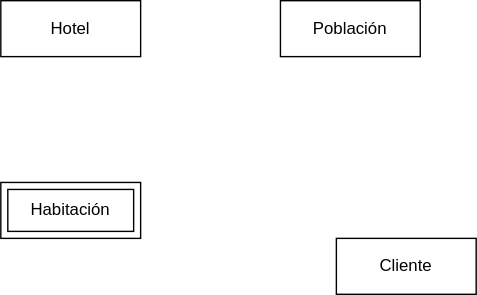
BCR22-Team4-ProyectoFinal/Database_diagrama keeps this draw.io diagram as Hotelio1.0.svg. Above is the earlier version. Source tidied: cells renumbered, new cells last; positions are measured from the earlier drawing's top-left corner, leaving out a move shared by most shapes.
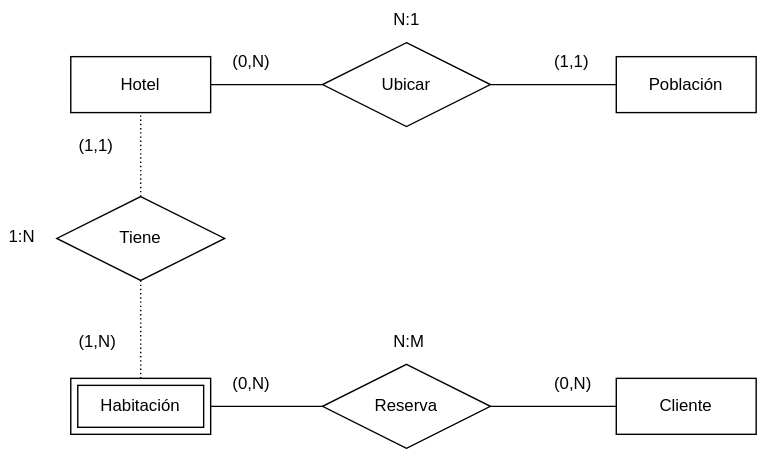
The same file after the commit.

Diff of the diagram source:
```diff
@@ -3,16 +3,72 @@
     <mxCell id="0" />
     <mxCell id="1" parent="0" />
     <mxCell id="2" value="Hotel" style="whiteSpace=wrap;html=1;align=center;" parent="1" vertex="1">
-      <mxGeometry width="100" height="40" as="geometry" />
+      <mxGeometry y="-30" width="100" height="40" as="geometry" />
     </mxCell>
     <mxCell id="3" value="Población" style="whiteSpace=wrap;html=1;align=center;" parent="1" vertex="1">
-      <mxGeometry x="200" width="100" height="40" as="geometry" />
+      <mxGeometry x="390" y="-30" width="100" height="40" as="geometry" />
     </mxCell>
     <mxCell id="4" value="Habitación" style="shape=ext;margin=3;double=1;whiteSpace=wrap;html=1;align=center;" parent="1" vertex="1">
-      <mxGeometry y="130" width="100" height="40" as="geometry" />
+      <mxGeometry y="200" width="100" height="40" as="geometry" />
     </mxCell>
     <mxCell id="5" value="Cliente" style="whiteSpace=wrap;html=1;align=center;" parent="1" vertex="1">
-      <mxGeometry x="240" y="170" width="100" height="40" as="geometry" />
+      <mxGeometry x="390" y="200" width="100" height="40" as="geometry" />
     </mxCell>
+    <mxCell id="6" value="Ubicar" style="shape=rhombus;perimeter=rhombusPerimeter;whiteSpace=wrap;html=1;align=center;" parent="1" vertex="1">
+      <mxGeometry x="180" y="-40" width="120" height="60" as="geometry" />
+    </mxCell>
+    <mxCell id="7" value="Tiene" style="shape=rhombus;perimeter=rhombusPerimeter;whiteSpace=wrap;html=1;align=center;" parent="1" vertex="1">
+      <mxGeometry x="-10" y="70" width="120" height="60" as="geometry" />
+    </mxCell>
+    <mxCell id="8" value="Reserva" style="shape=rhombus;perimeter=rhombusPerimeter;whiteSpace=wrap;html=1;align=center;" parent="1" vertex="1">
+      <mxGeometry x="180" y="190" width="120" height="60" as="geometry" />
+    </mxCell>
+    <mxCell id="9" style="endArrow=none;html=1;rounded=0;exitX=1;exitY=0.5;exitDx=0;exitDy=0;entryX=0;entryY=0.5;entryDx=0;entryDy=0;" parent="1" edge="1" source="2" target="6">
+      <mxGeometry relative="1" as="geometry" />
+    </mxCell>
+    <mxCell id="10" style="endArrow=none;html=1;rounded=0;exitX=1;exitY=0.5;exitDx=0;exitDy=0;entryX=0;entryY=0.5;entryDx=0;entryDy=0;" parent="1" edge="1" source="6" target="3">
+      <mxGeometry relative="1" as="geometry" />
+    </mxCell>
+    <mxCell id="11" style="endArrow=none;html=1;rounded=0;exitX=1;exitY=0.5;exitDx=0;exitDy=0;entryX=0;entryY=0.5;entryDx=0;entryDy=0;" parent="1" edge="1" source="8" target="5">
+      <mxGeometry relative="1" as="geometry" />
+    </mxCell>
+    <mxCell id="12" style="endArrow=none;html=1;rounded=0;exitX=1;exitY=0.5;exitDx=0;exitDy=0;" parent="1" edge="1" source="4">
+      <mxGeometry relative="1" as="geometry">
+        <mxPoint x="180" y="220" as="targetPoint" />
+      </mxGeometry>
+    </mxCell>
+    <mxCell id="13" style="endArrow=none;html=1;rounded=0;dashed=1;dashPattern=1 2;exitX=0.5;exitY=0;exitDx=0;exitDy=0;entryX=0.5;entryY=1;entryDx=0;entryDy=0;" parent="1" edge="1" source="4" target="7">
+      <mxGeometry relative="1" as="geometry" />
+    </mxCell>
+    <mxCell id="14" style="endArrow=none;html=1;rounded=0;dashed=1;dashPattern=1 2;exitX=0.5;exitY=0;exitDx=0;exitDy=0;entryX=0.5;entryY=1;entryDx=0;entryDy=0;" parent="1" edge="1" source="7" target="2">
+      <mxGeometry relative="1" as="geometry" />
+    </mxCell>
+    <mxCell id="15" value="(1,1)" style="text;strokeColor=none;fillColor=none;spacingLeft=4;spacingRight=4;overflow=hidden;fontSize=12;" parent="1" vertex="1">
+      <mxGeometry x="340" y="-40" width="40" height="30" as="geometry" />
+    </mxCell>
+    <mxCell id="16" value="(0,N)" style="text;strokeColor=none;fillColor=none;spacingLeft=4;spacingRight=4;overflow=hidden;fontSize=12;" parent="1" vertex="1">
+      <mxGeometry x="110" y="-40" width="40" height="30" as="geometry" />
+    </mxCell>
+    <mxCell id="17" value="N:1" style="text;strokeColor=none;fillColor=none;spacingLeft=4;spacingRight=4;overflow=hidden;fontSize=12;" parent="1" vertex="1">
+      <mxGeometry x="225" y="-70" width="30" height="30" as="geometry" />
+    </mxCell>
+    <mxCell id="18" value="(1,1)" style="text;strokeColor=none;fillColor=none;spacingLeft=4;spacingRight=4;overflow=hidden;fontSize=12;" parent="1" vertex="1">
+      <mxGeometry y="20" width="40" height="30" as="geometry" />
+    </mxCell>
+    <mxCell id="19" value="(1,N)" style="text;strokeColor=none;fillColor=none;spacingLeft=4;spacingRight=4;overflow=hidden;fontSize=12;" parent="1" vertex="1">
+      <mxGeometry y="160" width="40" height="30" as="geometry" />
+    </mxCell>
+    <mxCell id="20" value="1:N" style="text;strokeColor=none;fillColor=none;spacingLeft=4;spacingRight=4;overflow=hidden;fontSize=12;" parent="1" vertex="1">
+      <mxGeometry x="-50" y="85" width="40" height="30" as="geometry" />
+    </mxCell>
+    <mxCell id="21" value="(0,N)" style="text;strokeColor=none;fillColor=none;spacingLeft=4;spacingRight=4;overflow=hidden;fontSize=12;" parent="1" vertex="1">
+      <mxGeometry x="110" y="190" width="40" height="30" as="geometry" />
+    </mxCell>
+    <mxCell id="22" value="(0,N)" style="text;strokeColor=none;fillColor=none;spacingLeft=4;spacingRight=4;overflow=hidden;fontSize=12;" parent="1" vertex="1">
+      <mxGeometry x="340" y="190" width="40" height="30" as="geometry" />
+    </mxCell>
+    <mxCell id="23" value="N:M" style="text;strokeColor=none;fillColor=none;spacingLeft=4;spacingRight=4;overflow=hidden;fontSize=12;" parent="1" vertex="1">
+      <mxGeometry x="225" y="160" width="40" height="30" as="geometry" />
+    </mxCell>
   </root>
 </mxGraphModel>
```
